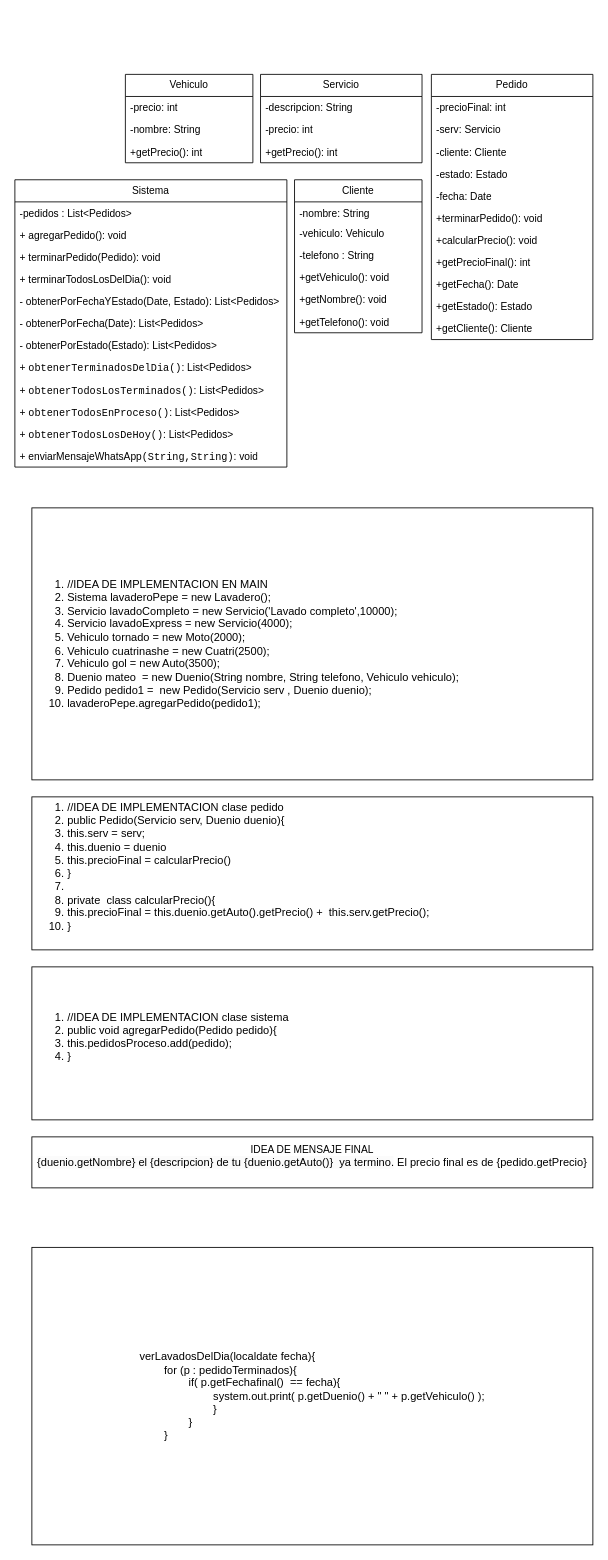
This is DiagramaDeClasesLavadero.drawio from ValentinoCattaneoLuna/TPO_Programacion_Orientada_Objetos, a draw.io file, before an edit. Source tidied: cells renumbered, new cells numbered last; positions are measured from the earlier drawing's top-left corner, leaving out a move shared by most shapes. Both pictures are drawn from the tidied source at 85%, with x=0, y=0 at pixel (14, 74).
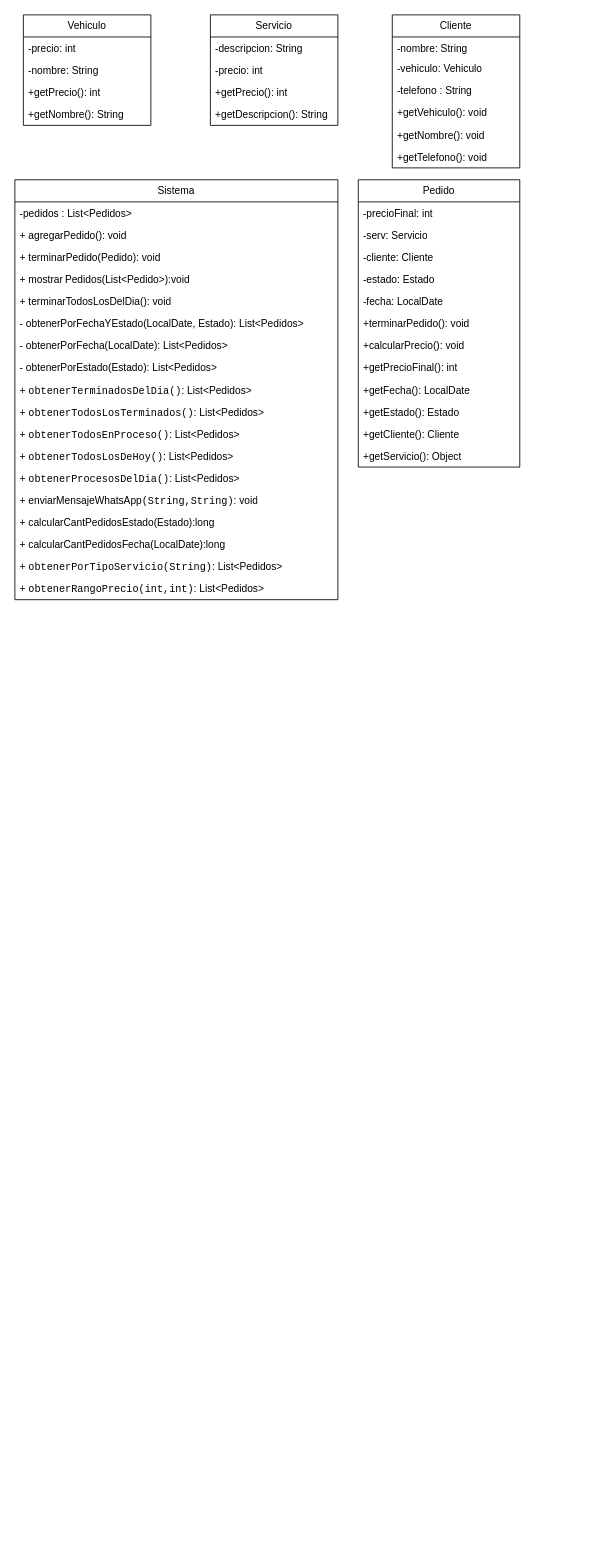
Above is the later version.

Diff of the diagram source:
```diff
@@
     <mxCell id="2" value="Vehiculo" style="swimlane;fontStyle=0;horizontal=1;startSize=26;fillColor=none;whiteSpace=wrap;html=1;" parent="1" vertex="1">
-      <mxGeometry x="130" width="150" height="104" as="geometry" />
+      <mxGeometry x="10" y="-70" width="150" height="130" as="geometry" />
     </mxCell>
@@
+    <mxCell id="47" value="+getNombre(): String" style="text;strokeColor=none;fillColor=none;align=left;verticalAlign=top;spacingLeft=4;spacingRight=4;overflow=hidden;whiteSpace=wrap;html=1;" parent="2" vertex="1">
+      <mxGeometry y="104" width="150" height="26" as="geometry" />
+    </mxCell>
     <mxCell id="6" value="Cliente" style="swimlane;fontStyle=0;horizontal=1;startSize=26;fillColor=none;whiteSpace=wrap;html=1;" parent="1" vertex="1">
-      <mxGeometry x="329" y="124" width="150" height="180" as="geometry" />
+      <mxGeometry x="444" y="-70" width="150" height="180" as="geometry" />
     </mxCell>
@@
     <mxCell id="13" value="Sistema" style="swimlane;fontStyle=0;horizontal=1;startSize=26;fillColor=none;whiteSpace=wrap;html=1;" parent="1" vertex="1">
-      <mxGeometry y="124" width="320" height="338" as="geometry" />
+      <mxGeometry y="124" width="380" height="494" as="geometry" />
     </mxCell>
     <mxCell id="14" value="-pedidos : List&amp;lt;Pedidos&amp;gt;" style="text;strokeColor=none;fillColor=none;align=left;verticalAlign=top;spacingLeft=4;spacingRight=4;overflow=hidden;whiteSpace=wrap;html=1;" parent="13" vertex="1">
-      <mxGeometry y="26" width="320" height="26" as="geometry" />
+      <mxGeometry y="26" width="380" height="26" as="geometry" />
     </mxCell>
     <mxCell id="15" value="+ agregarPedido(): void" style="text;strokeColor=none;fillColor=none;align=left;verticalAlign=top;spacingLeft=4;spacingRight=4;overflow=hidden;whiteSpace=wrap;html=1;" parent="13" vertex="1">
-      <mxGeometry y="52" width="320" height="26" as="geometry" />
+      <mxGeometry y="52" width="380" height="26" as="geometry" />
     </mxCell>
     <mxCell id="16" value="+ terminarPedido(Pedido): void" style="text;strokeColor=none;fillColor=none;align=left;verticalAlign=top;spacingLeft=4;spacingRight=4;overflow=hidden;whiteSpace=wrap;html=1;" parent="13" vertex="1">
-      <mxGeometry y="78" width="320" height="26" as="geometry" />
+      <mxGeometry y="78" width="380" height="26" as="geometry" />
     </mxCell>
+    <mxCell id="48" value="+ mostrar&lt;span style=&quot;white-space: pre;&quot;&gt;&#9;&lt;/span&gt;Pedidos(List&amp;lt;Pedido&amp;gt;):void" style="text;strokeColor=none;fillColor=none;align=left;verticalAlign=top;spacingLeft=4;spacingRight=4;overflow=hidden;whiteSpace=wrap;html=1;" parent="13" vertex="1">
+      <mxGeometry y="104" width="380" height="26" as="geometry" />
+    </mxCell>
     <mxCell id="17" value="+ terminarTodosLosDelDia(): void" style="text;strokeColor=none;fillColor=none;align=left;verticalAlign=top;spacingLeft=4;spacingRight=4;overflow=hidden;whiteSpace=wrap;html=1;" parent="13" vertex="1">
-      <mxGeometry y="104" width="320" height="26" as="geometry" />
+      <mxGeometry y="130" width="380" height="26" as="geometry" />
     </mxCell>
-    <mxCell id="18" value="- obtenerPorFechaYEstado(Date, Estado): List&amp;lt;Pedidos&amp;gt;" style="text;strokeColor=none;fillColor=none;align=left;verticalAlign=top;spacingLeft=4;spacingRight=4;overflow=hidden;whiteSpace=wrap;html=1;" parent="13" vertex="1">
-      <mxGeometry y="130" width="320" height="26" as="geometry" />
+    <mxCell id="18" value="- obtenerPorFechaYEstado(LocalDate, Estado): List&amp;lt;Pedidos&amp;gt;" style="text;strokeColor=none;fillColor=none;align=left;verticalAlign=top;spacingLeft=4;spacingRight=4;overflow=hidden;whiteSpace=wrap;html=1;" parent="13" vertex="1">
+      <mxGeometry y="156" width="380" height="26" as="geometry" />
     </mxCell>
-    <mxCell id="19" value="- obtenerPorFecha(Date): List&amp;lt;Pedidos&amp;gt;" style="text;strokeColor=none;fillColor=none;align=left;verticalAlign=top;spacingLeft=4;spacingRight=4;overflow=hidden;whiteSpace=wrap;html=1;" parent="13" vertex="1">
-      <mxGeometry y="156" width="320" height="26" as="geometry" />
+    <mxCell id="19" value="- obtenerPorFecha(LocalDate): List&amp;lt;Pedidos&amp;gt;" style="text;strokeColor=none;fillColor=none;align=left;verticalAlign=top;spacingLeft=4;spacingRight=4;overflow=hidden;whiteSpace=wrap;html=1;" parent="13" vertex="1">
+      <mxGeometry y="182" width="380" height="26" as="geometry" />
     </mxCell>
     <mxCell id="20" value="- obtenerPorEstado(Estado): List&amp;lt;Pedidos&amp;gt;" style="text;strokeColor=none;fillColor=none;align=left;verticalAlign=top;spacingLeft=4;spacingRight=4;overflow=hidden;whiteSpace=wrap;html=1;" parent="13" vertex="1">
-      <mxGeometry y="182" width="320" height="26" as="geometry" />
+      <mxGeometry y="208" width="380" height="26" as="geometry" />
     </mxCell>
     <mxCell id="21" value="+&amp;nbsp;&lt;span style=&quot;font-family: &amp;quot;JetBrains Mono&amp;quot;, monospace;&quot;&gt;obtenerTerminadosDelDia&lt;/span&gt;&lt;span style=&quot;font-family: &amp;quot;JetBrains Mono&amp;quot;, monospace;&quot;&gt;()&lt;/span&gt;&lt;span style=&quot;background-color: initial;&quot;&gt;: List&amp;lt;Pedidos&amp;gt;&lt;/span&gt;" style="text;strokeColor=none;fillColor=none;align=left;verticalAlign=top;spacingLeft=4;spacingRight=4;overflow=hidden;whiteSpace=wrap;html=1;" parent="13" vertex="1">
-      <mxGeometry y="208" width="320" height="26" as="geometry" />
+      <mxGeometry y="234" width="380" height="26" as="geometry" />
     </mxCell>
     <mxCell id="22" value="+&amp;nbsp;&lt;span style=&quot;font-family: &amp;quot;JetBrains Mono&amp;quot;, monospace;&quot;&gt;obtenerTodosLosTerminados&lt;/span&gt;&lt;span style=&quot;font-family: &amp;quot;JetBrains Mono&amp;quot;, monospace;&quot;&gt;()&lt;/span&gt;&lt;span style=&quot;background-color: initial;&quot;&gt;: List&amp;lt;Pedidos&amp;gt;&lt;/span&gt;" style="text;strokeColor=none;fillColor=none;align=left;verticalAlign=top;spacingLeft=4;spacingRight=4;overflow=hidden;whiteSpace=wrap;html=1;" parent="13" vertex="1">
-      <mxGeometry y="234" width="320" height="26" as="geometry" />
+      <mxGeometry y="260" width="380" height="26" as="geometry" />
     </mxCell>
     <mxCell id="23" value="+&amp;nbsp;&lt;span style=&quot;font-family: &amp;quot;JetBrains Mono&amp;quot;, monospace;&quot;&gt;obtenerTodosEnProceso&lt;/span&gt;&lt;span style=&quot;font-family: &amp;quot;JetBrains Mono&amp;quot;, monospace;&quot;&gt;()&lt;/span&gt;&lt;span style=&quot;background-color: initial;&quot;&gt;: List&amp;lt;Pedidos&amp;gt;&lt;/span&gt;" style="text;strokeColor=none;fillColor=none;align=left;verticalAlign=top;spacingLeft=4;spacingRight=4;overflow=hidden;whiteSpace=wrap;html=1;" parent="13" vertex="1">
-      <mxGeometry y="260" width="320" height="26" as="geometry" />
+      <mxGeometry y="286" width="380" height="26" as="geometry" />
     </mxCell>
     <mxCell id="24" value="+&amp;nbsp;&lt;span style=&quot;font-family: &amp;quot;JetBrains Mono&amp;quot;, monospace;&quot;&gt;obtenerTodosLosDeHoy&lt;/span&gt;&lt;span style=&quot;font-family: &amp;quot;JetBrains Mono&amp;quot;, monospace;&quot;&gt;()&lt;/span&gt;&lt;span style=&quot;background-color: initial;&quot;&gt;: List&amp;lt;Pedidos&amp;gt;&lt;/span&gt;" style="text;strokeColor=none;fillColor=none;align=left;verticalAlign=top;spacingLeft=4;spacingRight=4;overflow=hidden;whiteSpace=wrap;html=1;" parent="13" vertex="1">
-      <mxGeometry y="286" width="320" height="26" as="geometry" />
+      <mxGeometry y="312" width="380" height="26" as="geometry" />
     </mxCell>
+    <mxCell id="49" value="+&amp;nbsp;&lt;span style=&quot;font-family: &amp;quot;JetBrains Mono&amp;quot;, monospace;&quot;&gt;obtenerProcesosDelDia&lt;/span&gt;&lt;span style=&quot;font-family: &amp;quot;JetBrains Mono&amp;quot;, monospace;&quot;&gt;()&lt;/span&gt;&lt;span style=&quot;background-color: initial;&quot;&gt;: List&amp;lt;Pedidos&amp;gt;&lt;/span&gt;" style="text;strokeColor=none;fillColor=none;align=left;verticalAlign=top;spacingLeft=4;spacingRight=4;overflow=hidden;whiteSpace=wrap;html=1;" parent="13" vertex="1">
+      <mxGeometry y="338" width="380" height="26" as="geometry" />
+    </mxCell>
     <mxCell id="25" value="+ enviarMensajeWhatsApp&lt;span style=&quot;font-family: &amp;quot;JetBrains Mono&amp;quot;, monospace;&quot;&gt;(String,String)&lt;/span&gt;&lt;span style=&quot;background-color: initial;&quot;&gt;: void&lt;/span&gt;" style="text;strokeColor=none;fillColor=none;align=left;verticalAlign=top;spacingLeft=4;spacingRight=4;overflow=hidden;whiteSpace=wrap;html=1;" parent="13" vertex="1">
-      <mxGeometry y="312" width="320" height="26" as="geometry" />
+      <mxGeometry y="364" width="380" height="26" as="geometry" />
     </mxCell>
+    <mxCell id="50" value="+ calcularCantPedidosEstado(Estado):long" style="text;strokeColor=none;fillColor=none;align=left;verticalAlign=top;spacingLeft=4;spacingRight=4;overflow=hidden;whiteSpace=wrap;html=1;" parent="13" vertex="1">
+      <mxGeometry y="390" width="380" height="26" as="geometry" />
+    </mxCell>
+    <mxCell id="51" value="+ calcularCantPedidosFecha(LocalDate):long" style="text;strokeColor=none;fillColor=none;align=left;verticalAlign=top;spacingLeft=4;spacingRight=4;overflow=hidden;whiteSpace=wrap;html=1;" parent="13" vertex="1">
+      <mxGeometry y="416" width="380" height="26" as="geometry" />
+    </mxCell>
+    <mxCell id="52" value="+&amp;nbsp;&lt;span style=&quot;font-family: &amp;quot;JetBrains Mono&amp;quot;, monospace;&quot;&gt;obtenerPorTipoServicio&lt;/span&gt;&lt;span style=&quot;font-family: &amp;quot;JetBrains Mono&amp;quot;, monospace;&quot;&gt;(String)&lt;/span&gt;&lt;span style=&quot;background-color: initial;&quot;&gt;: List&amp;lt;Pedidos&amp;gt;&lt;/span&gt;" style="text;strokeColor=none;fillColor=none;align=left;verticalAlign=top;spacingLeft=4;spacingRight=4;overflow=hidden;whiteSpace=wrap;html=1;" parent="13" vertex="1">
+      <mxGeometry y="442" width="380" height="26" as="geometry" />
+    </mxCell>
+    <mxCell id="53" value="+&amp;nbsp;&lt;span style=&quot;font-family: &amp;quot;JetBrains Mono&amp;quot;, monospace;&quot;&gt;obtenerRangoPrecio&lt;/span&gt;&lt;span style=&quot;font-family: &amp;quot;JetBrains Mono&amp;quot;, monospace;&quot;&gt;(int,int)&lt;/span&gt;&lt;span style=&quot;background-color: initial;&quot;&gt;: List&amp;lt;Pedidos&amp;gt;&lt;/span&gt;" style="text;strokeColor=none;fillColor=none;align=left;verticalAlign=top;spacingLeft=4;spacingRight=4;overflow=hidden;whiteSpace=wrap;html=1;" parent="13" vertex="1">
+      <mxGeometry y="468" width="380" height="26" as="geometry" />
+    </mxCell>
     <mxCell id="26" value="Pedido" style="swimlane;fontStyle=0;horizontal=1;startSize=26;fillColor=none;whiteSpace=wrap;html=1;" parent="1" vertex="1">
-      <mxGeometry x="490" width="190" height="312" as="geometry" />
+      <mxGeometry x="404" y="124" width="190" height="338" as="geometry" />
     </mxCell>
@@
-    <mxCell id="31" value="-fecha&lt;span style=&quot;color: rgba(0, 0, 0, 0); font-family: monospace; font-size: 0px; text-wrap: nowrap;&quot;&gt;3CmxGraphModel%3E%3Croot%3E%3CmxCell%20id%3D%220%22%2F%3E%3CmxCell%20id%3D%221%22%20parent%3D%220%22%2F%3E%3CmxCell%20id%3D%222%22%20value%3D%22-duenio%3A%20Duenio%22%20style%3D%22text%3BstrokeColor%3Dnone%3BfillColor%3Dnone%3Balign%3Dleft%3BverticalAlign%3Dtop%3BspacingLeft%3D4%3BspacingRight%3D4%3Boverflow%3Dhidden%3Brotatable%3D0%3Bpoints%3D%5B%5B0%2C0.5%5D%2C%5B1%2C0.5%5D%5D%3BportConstraint%3Deastwest%3BwhiteSpace%3Dwrap%3Bhtml%3D1%3B%22%20vertex%3D%221%22%20parent%3D%221%22%3E%3CmxGeometry%20x%3D%22280%22%20y%3D%22408%22%20width%3D%22190%22%20height%3D%2226%22%20as%3D%22geometry%22%2F%3E%3C%2FmxCell%3E%3C%2Froot%3E%3C%2FmxGraphModel%3E&lt;/span&gt;: Date&lt;div&gt;&lt;br&gt;&lt;/div&gt;" style="text;strokeColor=none;fillColor=none;align=left;verticalAlign=top;spacingLeft=4;spacingRight=4;overflow=hidden;whiteSpace=wrap;html=1;" parent="26" vertex="1">
+    <mxCell id="31" value="-fecha&lt;span style=&quot;color: rgba(0, 0, 0, 0); font-family: monospace; font-size: 0px; text-wrap: nowrap;&quot;&gt;3CmxGraphModel%3E%3Croot%3E%3CmxCell%20id%3D%220%22%2F%3E%3CmxCell%20id%3D%221%22%20parent%3D%220%22%2F%3E%3CmxCell%20id%3D%222%22%20value%3D%22-duenio%3A%20Duenio%22%20style%3D%22text%3BstrokeColor%3Dnone%3BfillColor%3Dnone%3Balign%3Dleft%3BverticalAlign%3Dtop%3BspacingLeft%3D4%3BspacingRight%3D4%3Boverflow%3Dhidden%3Brotatable%3D0%3Bpoints%3D%5B%5B0%2C0.5%5D%2C%5B1%2C0.5%5D%5D%3BportConstraint%3Deastwest%3BwhiteSpace%3Dwrap%3Bhtml%3D1%3B%22%20vertex%3D%221%22%20parent%3D%221%22%3E%3CmxGeometry%20x%3D%22280%22%20y%3D%22408%22%20width%3D%22190%22%20height%3D%2226%22%20as%3D%22geometry%22%2F%3E%3C%2FmxCell%3E%3C%2Froot%3E%3C%2FmxGraphModel%3E&lt;/span&gt;: LocalDate&lt;div&gt;&lt;br&gt;&lt;/div&gt;" style="text;strokeColor=none;fillColor=none;align=left;verticalAlign=top;spacingLeft=4;spacingRight=4;overflow=hidden;whiteSpace=wrap;html=1;" parent="26" vertex="1">
       <mxGeometry y="130" width="190" height="26" as="geometry" />
     </mxCell>
@@
-    <mxCell id="35" value="+getFecha(): Date" style="text;strokeColor=none;fillColor=none;align=left;verticalAlign=top;spacingLeft=4;spacingRight=4;overflow=hidden;whiteSpace=wrap;html=1;" parent="26" vertex="1">
+    <mxCell id="35" value="+getFecha(): LocalDate" style="text;strokeColor=none;fillColor=none;align=left;verticalAlign=top;spacingLeft=4;spacingRight=4;overflow=hidden;whiteSpace=wrap;html=1;" parent="26" vertex="1">
       <mxGeometry y="234" width="190" height="26" as="geometry" />
     </mxCell>
@@
+    <mxCell id="54" value="+getCliente(): Cliente" style="text;strokeColor=none;fillColor=none;align=left;verticalAlign=top;spacingLeft=4;spacingRight=4;overflow=hidden;whiteSpace=wrap;html=1;" parent="26" vertex="1">
+      <mxGeometry y="286" width="190" height="26" as="geometry" />
+    </mxCell>
-    <mxCell id="37" value="+getCliente(): Cliente" style="text;strokeColor=none;fillColor=none;align=left;verticalAlign=top;spacingLeft=4;spacingRight=4;overflow=hidden;whiteSpace=wrap;html=1;" parent="26" vertex="1">
-      <mxGeometry y="286" width="190" height="26" as="geometry" />
+    <mxCell id="37" value="+getServicio(): Object" style="text;strokeColor=none;fillColor=none;align=left;verticalAlign=top;spacingLeft=4;spacingRight=4;overflow=hidden;whiteSpace=wrap;html=1;" parent="26" vertex="1">
+      <mxGeometry y="312" width="190" height="26" as="geometry" />
     </mxCell>
     <mxCell id="38" value="Servicio" style="swimlane;fontStyle=0;horizontal=1;startSize=26;fillColor=none;whiteSpace=wrap;html=1;" parent="1" vertex="1">
-      <mxGeometry x="289" width="190" height="104" as="geometry" />
+      <mxGeometry x="230" y="-70" width="150" height="130" as="geometry" />
     </mxCell>
     <mxCell id="39" value="-descripcion: String" style="text;strokeColor=none;fillColor=none;align=left;verticalAlign=top;spacingLeft=4;spacingRight=4;overflow=hidden;whiteSpace=wrap;html=1;" parent="38" vertex="1">
-      <mxGeometry y="26" width="190" height="26" as="geometry" />
+      <mxGeometry y="26" width="150" height="26" as="geometry" />
     </mxCell>
     <mxCell id="40" value="-precio: int" style="text;strokeColor=none;fillColor=none;align=left;verticalAlign=top;spacingLeft=4;spacingRight=4;overflow=hidden;whiteSpace=wrap;html=1;" parent="38" vertex="1">
-      <mxGeometry y="52" width="190" height="26" as="geometry" />
+      <mxGeometry y="52" width="150" height="26" as="geometry" />
     </mxCell>
     <mxCell id="41" value="+getPrecio(): int" style="text;strokeColor=none;fillColor=none;align=left;verticalAlign=top;spacingLeft=4;spacingRight=4;overflow=hidden;whiteSpace=wrap;html=1;" parent="38" vertex="1">
-      <mxGeometry y="78" width="190" height="26" as="geometry" />
+      <mxGeometry y="78" width="150" height="26" as="geometry" />
     </mxCell>
-    <mxCell id="42" value="&lt;ol style=&quot;font-size: 13px;&quot;&gt;&lt;li style=&quot;font-size: 13px;&quot;&gt;&lt;span style=&quot;background-color: initial; font-size: 13px;&quot;&gt;//IDEA DE IMPLEMENTACION EN MAIN&lt;/span&gt;&lt;/li&gt;&lt;li style=&quot;font-size: 13px;&quot;&gt;&lt;span style=&quot;background-color: initial; font-size: 13px;&quot;&gt;Sistema lavaderoPepe = new Lavadero();&lt;/span&gt;&lt;/li&gt;&lt;li style=&quot;font-size: 13px;&quot;&gt;Servicio lavadoCompleto = new Servicio('Lavado completo',10000);&lt;/li&gt;&lt;li style=&quot;font-size: 13px;&quot;&gt;&lt;span style=&quot;background-color: initial; font-size: 13px;&quot;&gt;Servicio lavadoExpress = new Servicio(4000);&lt;/span&gt;&lt;/li&gt;&lt;li style=&quot;font-size: 13px;&quot;&gt;Vehiculo tornado = new Moto(2000);&lt;/li&gt;&lt;li style=&quot;font-size: 13px;&quot;&gt;Vehiculo cuatrinashe = new Cuatri(2500);&lt;/li&gt;&lt;li style=&quot;font-size: 13px;&quot;&gt;Vehiculo gol = new Auto(3500);&lt;/li&gt;&lt;li style=&quot;font-size: 13px;&quot;&gt;Duenio mateo&amp;nbsp; = new Duenio(String nombre, String telefono, Vehiculo vehiculo);&lt;/li&gt;&lt;li style=&quot;font-size: 13px;&quot;&gt;Pedido pedido1 =&amp;nbsp; new Pedido(Servicio serv , Duenio duenio);&lt;/li&gt;&lt;li style=&quot;font-size: 13px;&quot;&gt;lavaderoPepe.agregarPedido(pedido1);&lt;/li&gt;&lt;/ol&gt;" style="rounded=0;whiteSpace=wrap;html=1;align=left;fillColor=default;fontSize=13;labelPosition=center;verticalLabelPosition=middle;verticalAlign=middle;textDirection=ltr;" parent="1" vertex="1">
-      <mxGeometry x="20" y="510" width="660" height="320" as="geometry" />
-    </mxCell>
-    <mxCell id="43" value="&lt;ol style=&quot;font-size: 13px;&quot;&gt;&lt;li style=&quot;font-size: 13px;&quot;&gt;//IDEA DE IMPLEMENTACION clase pedido&lt;/li&gt;&lt;li style=&quot;font-size: 13px;&quot;&gt;&lt;span style=&quot;background-color: initial;&quot;&gt;public Pedido(Servicio serv, Duenio duenio){&lt;/span&gt;&lt;br&gt;&lt;/li&gt;&lt;li style=&quot;font-size: 13px;&quot;&gt;this.serv = serv;&lt;/li&gt;&lt;li style=&quot;font-size: 13px;&quot;&gt;this.duenio = duenio&lt;/li&gt;&lt;li style=&quot;font-size: 13px;&quot;&gt;this.precioFinal = calcularPrecio()&lt;/li&gt;&lt;li style=&quot;font-size: 13px;&quot;&gt;}&lt;/li&gt;&lt;li style=&quot;font-size: 13px;&quot;&gt;&lt;br&gt;&lt;/li&gt;&lt;li style=&quot;font-size: 13px;&quot;&gt;private&amp;nbsp; class calcularPrecio(){&lt;/li&gt;&lt;li style=&quot;font-size: 13px;&quot;&gt;this.precioFinal = this.duenio.getAuto().getPrecio() +&amp;nbsp; this.serv.getPrecio();&lt;/li&gt;&lt;li style=&quot;font-size: 13px;&quot;&gt;}&lt;/li&gt;&lt;/ol&gt;&lt;div&gt;&lt;br&gt;&lt;/div&gt;" style="rounded=0;whiteSpace=wrap;html=1;align=left;fillColor=default;fontSize=13;labelPosition=center;verticalLabelPosition=middle;verticalAlign=middle;textDirection=ltr;" parent="1" vertex="1">
-      <mxGeometry x="20" y="850" width="660" height="180" as="geometry" />
-    </mxCell>
-    <mxCell id="44" value="IDEA DE MENSAJE FINAL&lt;br&gt;&lt;span style=&quot;color: rgb(0, 0, 0); font-family: Helvetica; font-size: 13px; font-style: normal; font-variant-ligatures: normal; font-variant-caps: normal; font-weight: 400; letter-spacing: normal; orphans: 2; text-align: left; text-indent: 0px; text-transform: none; widows: 2; word-spacing: 0px; -webkit-text-stroke-width: 0px; white-space: normal; background-color: rgb(251, 251, 251); text-decoration-thickness: initial; text-decoration-style: initial; text-decoration-color: initial; display: inline !important; float: none;&quot;&gt;{duenio.getNombre} el {descripcion} de tu {duenio.getAuto()}&amp;nbsp; ya termino.&lt;/span&gt;&lt;span style=&quot;forced-color-adjust: none; color: rgb(0, 0, 0); font-family: Helvetica; font-size: 13px; font-style: normal; font-variant-ligatures: normal; font-variant-caps: normal; font-weight: 400; letter-spacing: normal; orphans: 2; text-align: left; text-indent: 0px; text-transform: none; widows: 2; word-spacing: 0px; -webkit-text-stroke-width: 0px; white-space: normal; background-color: initial; text-decoration-thickness: initial; text-decoration-style: initial; text-decoration-color: initial;&quot;&gt;&amp;nbsp;El precio final es de {pedido.getPrecio}&lt;/span&gt;&lt;div&gt;&lt;br/&gt;&lt;/div&gt;" style="rounded=0;whiteSpace=wrap;html=1;" parent="1" vertex="1">
-      <mxGeometry x="20" y="1250" width="660" height="60" as="geometry" />
-    </mxCell>
-    <mxCell id="45" value="&lt;ol style=&quot;font-size: 13px;&quot;&gt;&lt;li style=&quot;font-size: 13px;&quot;&gt;//IDEA DE IMPLEMENTACION clase sistema&lt;/li&gt;&lt;li style=&quot;font-size: 13px;&quot;&gt;public void agregarPedido(Pedido pedido){&lt;/li&gt;&lt;li style=&quot;font-size: 13px;&quot;&gt;this.pedidosProceso.add(pedido);&lt;/li&gt;&lt;li style=&quot;font-size: 13px;&quot;&gt;}&lt;/li&gt;&lt;/ol&gt;&lt;div&gt;&lt;br&gt;&lt;/div&gt;" style="rounded=0;whiteSpace=wrap;html=1;align=left;fillColor=default;fontSize=13;labelPosition=center;verticalLabelPosition=middle;verticalAlign=middle;textDirection=ltr;" parent="1" vertex="1">
-      <mxGeometry x="20" y="1050" width="660" height="180" as="geometry" />
-    </mxCell>
-    <mxCell id="46" value="&lt;div style=&quot;text-align: left;&quot;&gt;&lt;span style=&quot;font-size: 13px;&quot;&gt;verLavadosDelDia(localdate fecha){&lt;/span&gt;&lt;/div&gt;&lt;div style=&quot;text-align: left;&quot;&gt;&lt;span style=&quot;font-size: 13px;&quot;&gt;&lt;span style=&quot;white-space: pre;&quot;&gt;&#9;&lt;/span&gt;for (p : pedidoTerminados){&lt;/span&gt;&lt;/div&gt;&lt;div style=&quot;text-align: left;&quot;&gt;&lt;span style=&quot;font-size: 13px;&quot;&gt;&lt;span style=&quot;white-space: pre;&quot;&gt;&#9;&lt;span style=&quot;white-space: pre;&quot;&gt;&#9;&lt;/span&gt;&lt;/span&gt;if( p.getFechafinal&lt;/span&gt;&lt;span style=&quot;font-size: 13px; background-color: initial;&quot;&gt;()&amp;nbsp; == fecha&lt;/span&gt;&lt;span style=&quot;font-size: 13px; background-color: initial;&quot;&gt;){&lt;/span&gt;&lt;/div&gt;&lt;div style=&quot;text-align: left;&quot;&gt;&lt;span style=&quot;font-size: 13px; background-color: initial;&quot;&gt;&lt;span style=&quot;white-space: pre;&quot;&gt;&#9;&lt;span style=&quot;white-space: pre;&quot;&gt;&#9;&lt;/span&gt;&lt;span style=&quot;white-space: pre;&quot;&gt;&#9;&lt;/span&gt;&lt;/span&gt;system.out.print( p.getDuenio() + &quot; &quot; + p.getVehiculo() );&lt;/span&gt;&lt;/div&gt;&lt;div style=&quot;text-align: left;&quot;&gt;&lt;span style=&quot;background-color: initial; font-size: 13px;&quot;&gt;&lt;span style=&quot;white-space: pre;&quot;&gt;&#9;&lt;span style=&quot;white-space: pre;&quot;&gt;&#9;&lt;span style=&quot;white-space: pre;&quot;&gt;&#9;&lt;/span&gt;&lt;/span&gt;&lt;/span&gt;}&lt;/span&gt;&lt;br&gt;&lt;/div&gt;&lt;div style=&quot;text-align: left;&quot;&gt;&lt;span style=&quot;font-size: 13px;&quot;&gt;&lt;span style=&quot;white-space: pre;&quot;&gt;&#9;&lt;span style=&quot;white-space: pre;&quot;&gt;&#9;&lt;/span&gt;&lt;/span&gt;}&lt;/span&gt;&lt;/div&gt;&lt;div style=&quot;text-align: left;&quot;&gt;&lt;span style=&quot;font-size: 13px;&quot;&gt;&lt;span style=&quot;white-space: pre;&quot;&gt;&#9;&lt;/span&gt;}&lt;/span&gt;&lt;/div&gt;" style="rounded=0;whiteSpace=wrap;html=1;" parent="1" vertex="1">
-      <mxGeometry x="20" y="1380" width="660" height="350" as="geometry" />
-    </mxCell>
+    <mxCell id="55" value="+getDescripcion(): String" style="text;strokeColor=none;fillColor=none;align=left;verticalAlign=top;spacingLeft=4;spacingRight=4;overflow=hidden;whiteSpace=wrap;html=1;" parent="38" vertex="1">
+      <mxGeometry y="104" width="150" height="26" as="geometry" />
+    </mxCell>
```
